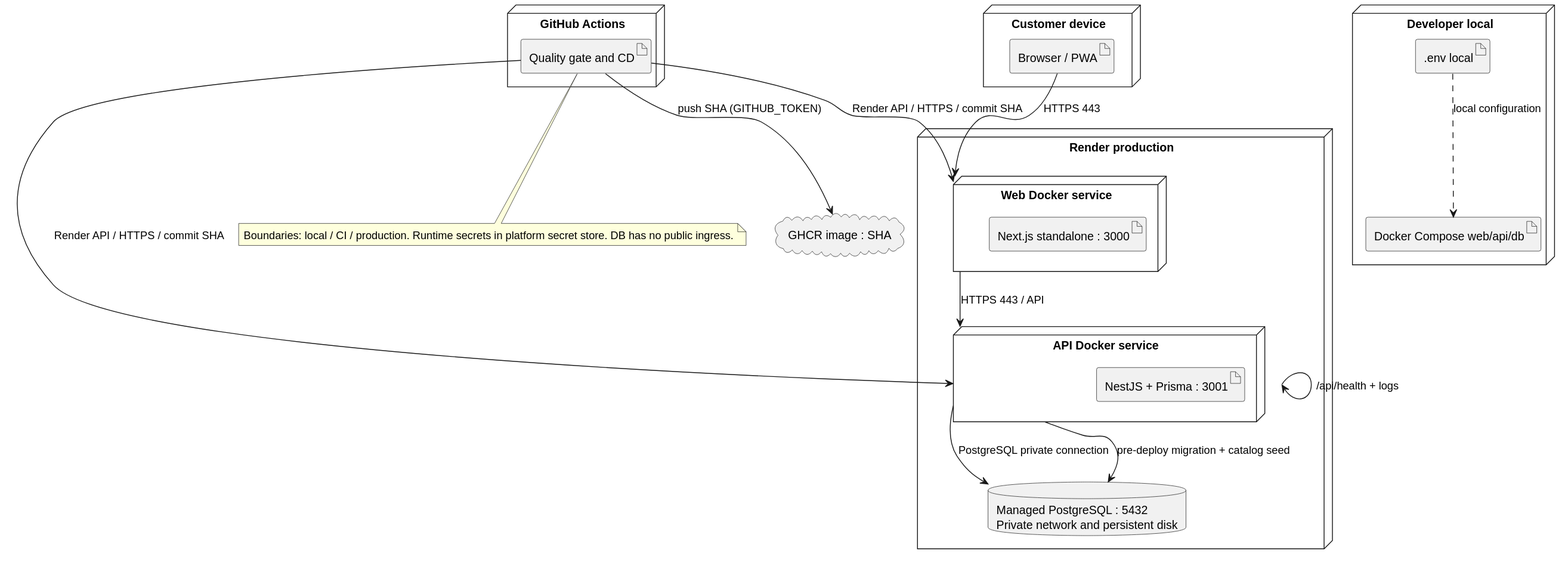
Myngoc09/assignment2_brewlite keeps this PlantUML diagram as docs/diagrams/deployment-production.svg. Above is the earlier version.
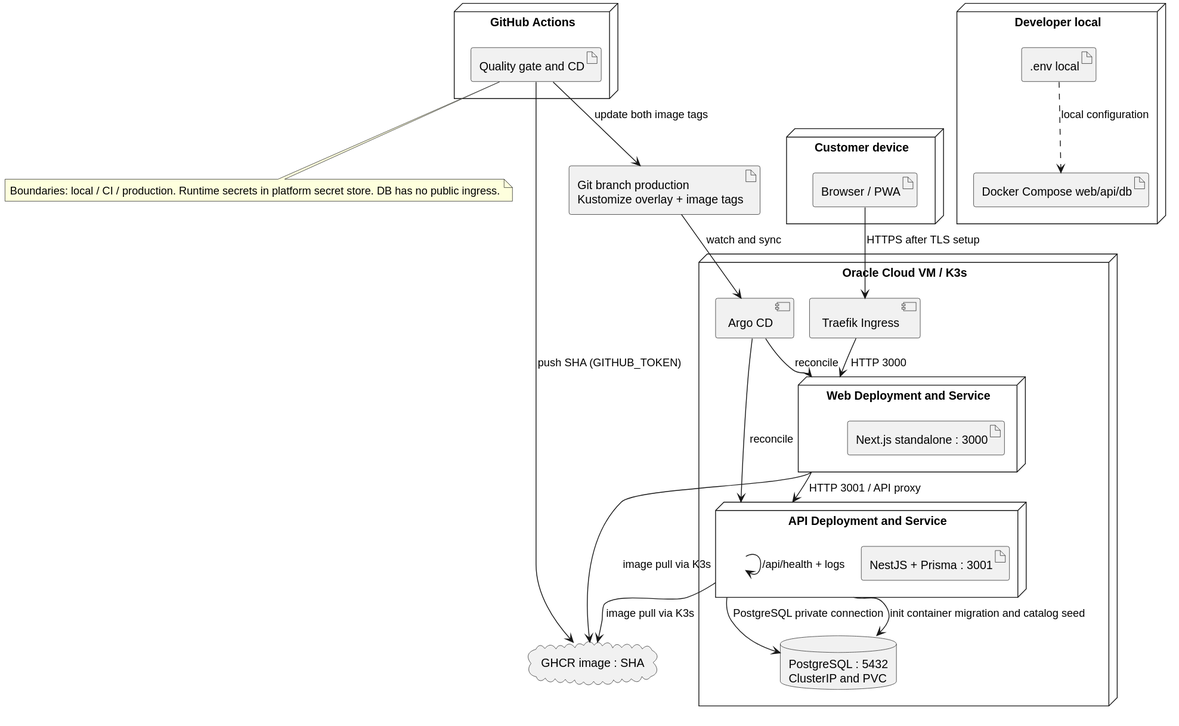
Later version of the same file.

Diff of the diagram source:
```diff
@@ -1,4 +1,5 @@
 @startuml
+!pragma layout smetana
 node "Customer device" {
   artifact "Browser / PWA" as PWA
 }
@@ -6,26 +7,34 @@
   artifact "Quality gate and CD" as CI
 }
 cloud "GHCR image : SHA" as REG
-node "Render production" {
-  node "Web Docker service" as WEB {
+artifact "Git branch production\nKustomize overlay + image tags" as GIT
+node "Oracle Cloud VM / K3s" {
+  component "Argo CD" as ARGO
+  component "Traefik Ingress" as INGRESS
+  node "Web Deployment and Service" as WEB {
     artifact "Next.js standalone : 3000" as NEXT
   }
-  node "API Docker service" as API {
+  node "API Deployment and Service" as API {
     artifact "NestJS + Prisma : 3001" as NEST
   }
-  database "Managed PostgreSQL : 5432\nPrivate network and persistent disk" as DB
+  database "PostgreSQL : 5432\nClusterIP and PVC" as DB
 }
 node "Developer local" {
   artifact "Docker Compose web/api/db" as LOCAL
   artifact ".env local" as ENV
 }
-PWA --> WEB : HTTPS 443
-WEB --> API : HTTPS 443 / API
+PWA --> INGRESS : HTTPS after TLS setup
+INGRESS --> WEB : HTTP 3000
+WEB --> API : HTTP 3001 / API proxy
 API --> DB : PostgreSQL private connection
 CI --> REG : push SHA (GITHUB_TOKEN)
-CI --> WEB : Render API / HTTPS / commit SHA
-CI --> API : Render API / HTTPS / commit SHA
-API --> DB : pre-deploy migration + catalog seed
+CI --> GIT : update both image tags
+GIT --> ARGO : watch and sync
+ARGO --> WEB : reconcile
+ARGO --> API : reconcile
+WEB --> REG : image pull via K3s
+API --> REG : image pull via K3s
+API --> DB : init container migration and catalog seed
 API --> API : /api/health + logs
 ENV ..> LOCAL : local configuration
 note bottom of CI
```
